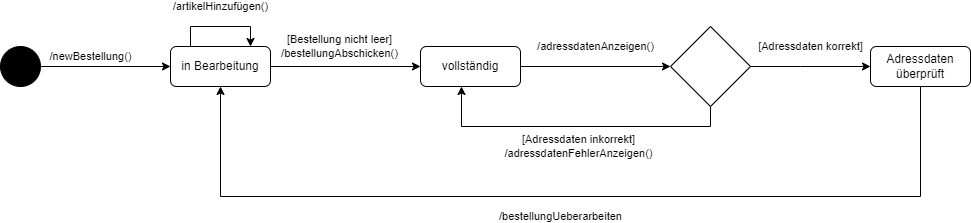
Before: Übung9/Uebung9.drawio.png, a diagram exported from draw.io (jahtzee/SE_WS21). Source tidied: cells renumbered, new cells last; positions are measured from the earlier drawing's top-left corner, leaving out a move shared by most shapes.
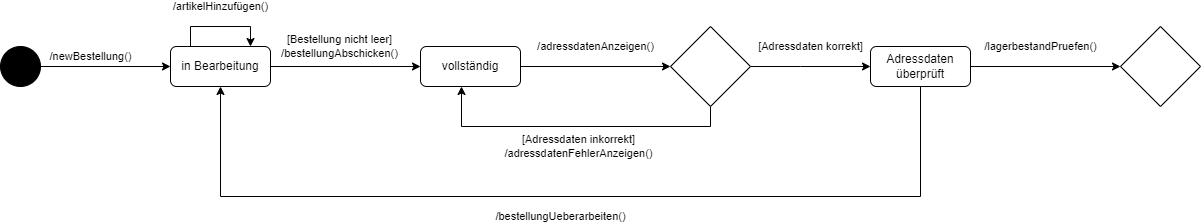
The same diagram one commit later.

Diff of the diagram source:
```diff
@@ -28,7 +28,7 @@
         </Array>
       </mxGeometry>
     </mxCell>
-    <mxCell id="9" value="/bestellungUeberarbeiten" style="edgeStyle=orthogonalEdgeStyle;rounded=0;jettySize=auto;html=1;" parent="1" edge="1" source="10" target="5">
+    <mxCell id="9" value="/bestellungUeberarbeiten()" style="edgeStyle=orthogonalEdgeStyle;rounded=0;jettySize=auto;html=1;" parent="1" edge="1" source="10" target="5">
       <mxGeometry x="0.02" y="20" relative="1" as="geometry">
         <Array as="points">
           <mxPoint x="920" y="170" />
@@ -36,6 +36,9 @@
         </Array>
       </mxGeometry>
     </mxCell>
+    <mxCell id="14" value="/lagerbestandPruefen()" style="edgeStyle=orthogonalEdgeStyle;rounded=0;jettySize=auto;html=1;" parent="1" edge="1" source="10" target="15">
+      <mxGeometry x="-0.07" y="20" relative="1" as="geometry" />
+    </mxCell>
     <mxCell id="10" value="Adressdaten überprüft" style="shape=rect;rounded=1;html=1;whiteSpace=wrap;align=center;" parent="1" vertex="1">
       <mxGeometry x="870" y="20" width="100" height="40" as="geometry" />
     </mxCell>
@@ -58,5 +61,8 @@
     <mxCell id="13" style="rhombus;whiteSpace=wrap;html=1;" parent="1" vertex="1">
       <mxGeometry x="670" width="80" height="80" as="geometry" />
     </mxCell>
+    <mxCell id="15" style="rhombus;whiteSpace=wrap;html=1;" parent="1" vertex="1">
+      <mxGeometry x="1120" width="80" height="80" as="geometry" />
+    </mxCell>
   </root>
 </mxGraphModel>
```
